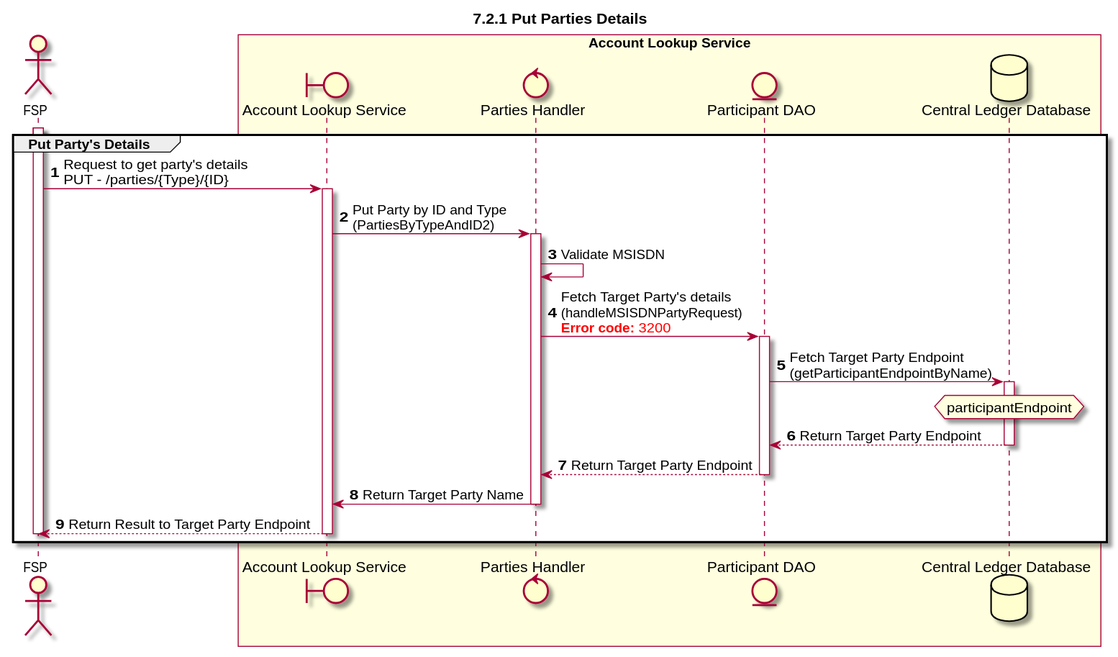
Above: Diagrams/SequenceDiagrams/seq-acct-lookup-put-parties-7.2.1.svg in ggrg/docs (PlantUML), before the change. The source it was exported from:
```plantuml
@startuml
title 7.2.1 Put Parties Details

autonumber

actor "FSP" as FSP
boundary "Account Lookup Service" as ALS
control "Parties Handler" as PARTIES_HANDLER
entity "Account Lookup Service API" as ALS
entity "Participant DAO" as PARTICIPANT_DAO
database "Central Ledger Database" as DB

box "Account Lookup Service" #LightYellow
participant ALS
participant PARTIES_HANDLER
participant PARTICIPANT_DAO
participant DB
end box


activate FSP
group Put Party's Details
    FSP -> ALS: Request to get party's details \nPUT - /parties/{Type}/{ID}
    activate ALS
    ALS -> PARTIES_HANDLER: Put Party by ID and Type \n(PartiesByTypeAndID2)
    activate PARTIES_HANDLER
    PARTIES_HANDLER ->PARTIES_HANDLER: Validate MSISDN
    PARTIES_HANDLER ->PARTICIPANT_DAO: Fetch Target Party's details \n(handleMSISDNPartyRequest)\n<color #FF0000><b>Error code:</b> 3200</color>
    activate PARTICIPANT_DAO
    PARTICIPANT_DAO -> DB: Fetch Target Party Endpoint \n(getParticipantEndpointByName)
    activate DB
    hnote over DB #lightyellow
        participantEndpoint
    end note
    DB --> PARTICIPANT_DAO: Return Target Party Endpoint
    deactivate DB
    PARTICIPANT_DAO --> PARTIES_HANDLER: Return Target Party Endpoint
    deactivate PARTICIPANT_DAO
    PARTIES_HANDLER -> ALS: Return Target Party Name
    deactivate PARTIES_HANDLER
    ALS -->FSP: Return Result to Target Party Endpoint
    deactivate ALS
    deactivate FSP
end
@enduml
```
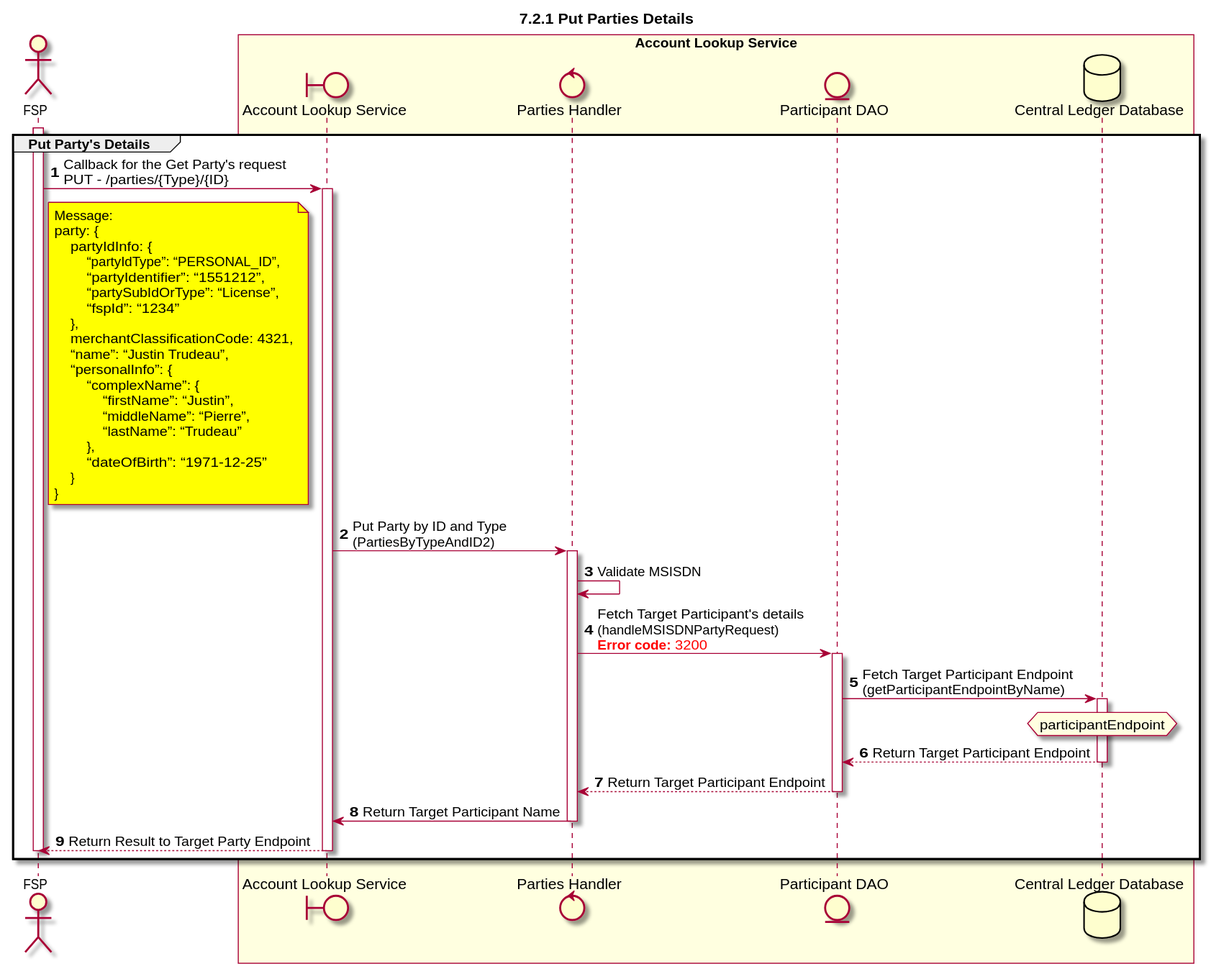
After the change.

The edit, as a diff of the source:
```diff
@@ -20,23 +20,44 @@
 
 activate FSP
 group Put Party's Details
-    FSP -> ALS: Request to get party's details \nPUT - /parties/{Type}/{ID}
+    FSP -> ALS: Callback for the Get Party's request   \nPUT - /parties/{Type}/{ID}
+    note right of FSP #yellow
+        Message:
+        party: {
+            partyIdInfo: {
+                “partyIdType”: “PERSONAL_ID”,
+                “partyIdentifier”: “1551212”,
+                “partySubIdOrType”: “License”,
+                “fspId”: “1234”
+            },
+            merchantClassificationCode: 4321,
+            “name”: “Justin Trudeau”,
+            “personalInfo”: {
+                “complexName”: {
+                    “firstName”: “Justin”,
+                    “middleName”: “Pierre”,
+                    “lastName”: “Trudeau”
+                },
+                “dateOfBirth”: “1971-12-25”
+            }
+        }
+    end note
     activate ALS
     ALS -> PARTIES_HANDLER: Put Party by ID and Type \n(PartiesByTypeAndID2)
     activate PARTIES_HANDLER
     PARTIES_HANDLER ->PARTIES_HANDLER: Validate MSISDN
-    PARTIES_HANDLER ->PARTICIPANT_DAO: Fetch Target Party's details \n(handleMSISDNPartyRequest)\n<color #FF0000><b>Error code:</b> 3200</color>
+    PARTIES_HANDLER ->PARTICIPANT_DAO: Fetch Target Participant's details \n(handleMSISDNPartyRequest)\n<color #FF0000><b>Error code:</b> 3200</color>
     activate PARTICIPANT_DAO
-    PARTICIPANT_DAO -> DB: Fetch Target Party Endpoint \n(getParticipantEndpointByName)
+    PARTICIPANT_DAO -> DB: Fetch Target Participant Endpoint \n(getParticipantEndpointByName)
     activate DB
     hnote over DB #lightyellow
         participantEndpoint
     end note
-    DB --> PARTICIPANT_DAO: Return Target Party Endpoint
+    DB --> PARTICIPANT_DAO: Return Target Participant Endpoint
     deactivate DB
-    PARTICIPANT_DAO --> PARTIES_HANDLER: Return Target Party Endpoint
+    PARTICIPANT_DAO --> PARTIES_HANDLER: Return Target Participant Endpoint
     deactivate PARTICIPANT_DAO
-    PARTIES_HANDLER -> ALS: Return Target Party Name
+    PARTIES_HANDLER -> ALS: Return Target Participant Name
     deactivate PARTIES_HANDLER
     ALS -->FSP: Return Result to Target Party Endpoint
     deactivate ALS
```
